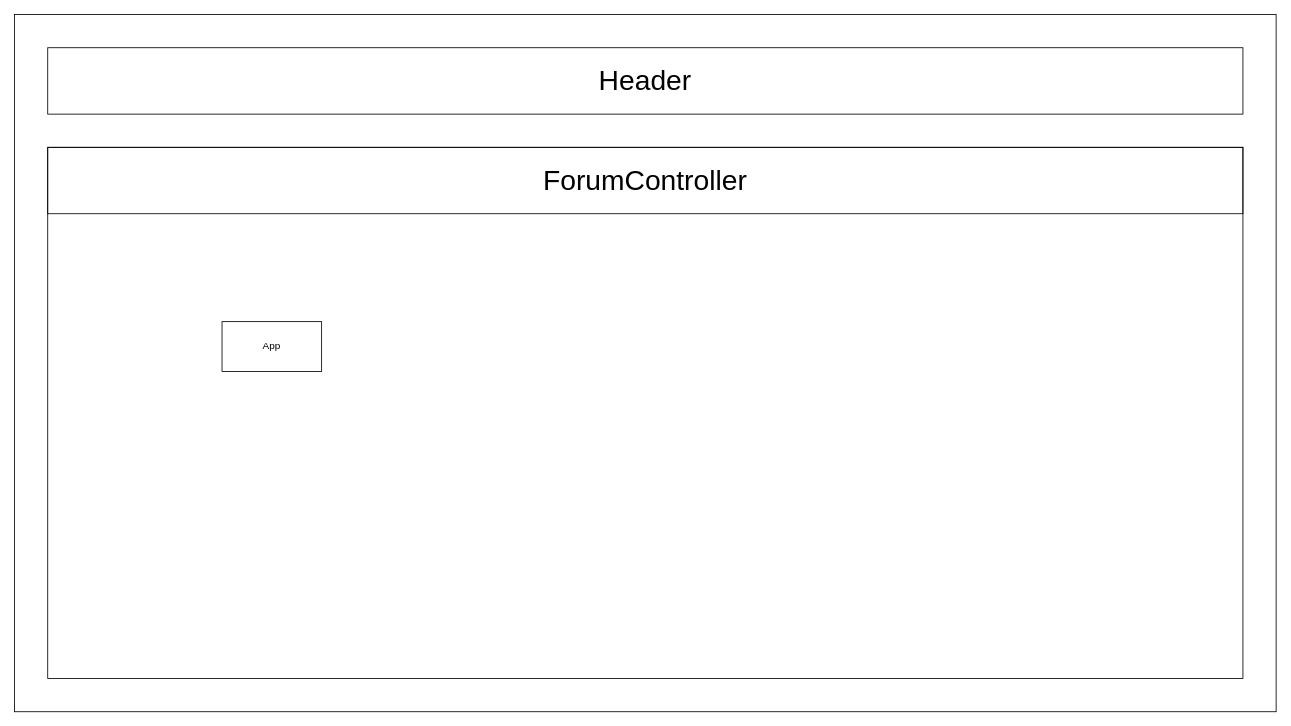
This is Untitled Diagram.drawio from phil-curran/phil-curran, a draw.io file, before an edit. Source tidied: cells renumbered, new cells numbered last; positions are measured from the earlier drawing's top-left corner, leaving out a move shared by most shapes. Both pictures are drawn from the tidied source at 83%, with x=0, y=0 at pixel (14, 14).
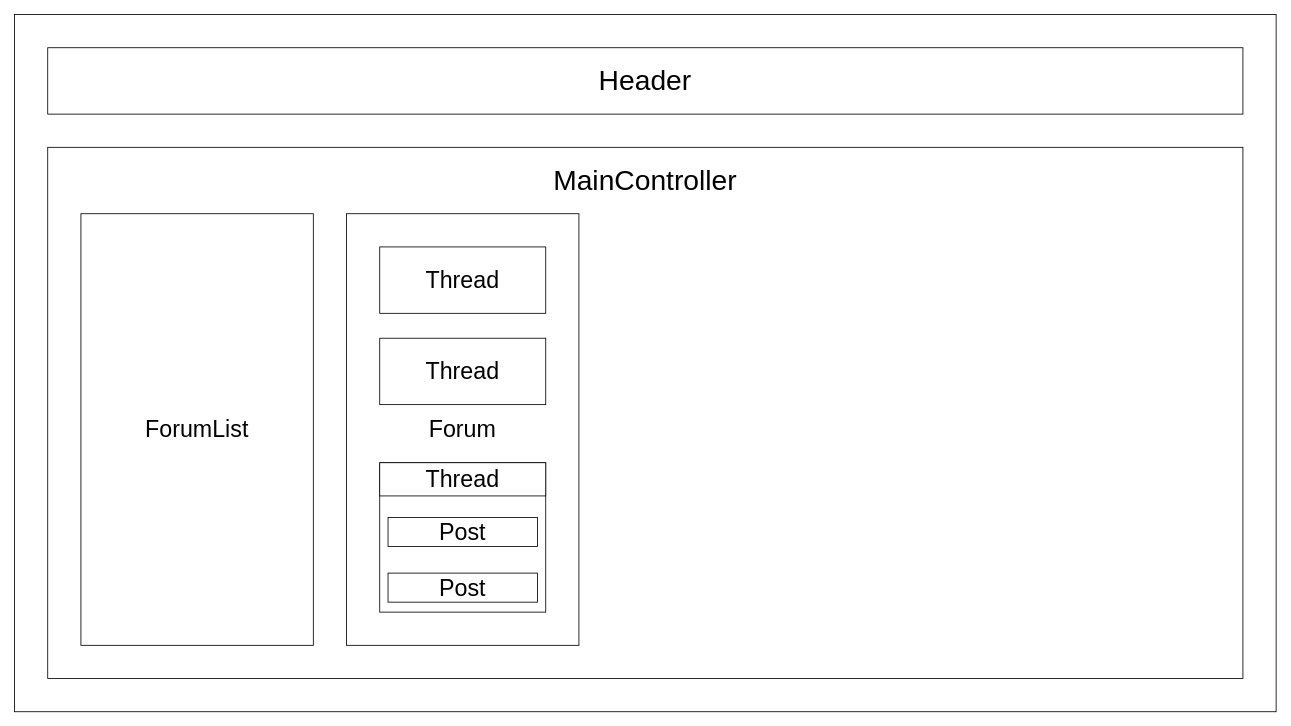
Above is the later version.

What changed in the source:
```diff
@@
 <mxGraphModel>
   <root>
     <mxCell id="0" />
     <mxCell id="1" parent="0" />
+    <mxCell id="6" value="&lt;font style=&quot;font-size: 34px;&quot;&gt;&lt;br&gt;&lt;/font&gt;" style="whiteSpace=wrap;html=1;fillColor=none;" parent="1" vertex="1">
+      <mxGeometry x="40" y="160" width="1440" height="640" as="geometry" />
+    </mxCell>
     <mxCell id="2" style="whiteSpace=wrap;html=1;fillColor=none;" parent="1" vertex="1">
       <mxGeometry width="1520" height="840" as="geometry" />
     </mxCell>
-    <mxCell id="3" value="App" style="rounded=0;whiteSpace=wrap;html=1;" parent="1" vertex="1">
-      <mxGeometry x="250" y="370" width="120" height="60" as="geometry" />
+    <mxCell id="3" value="ForumList" style="rounded=0;whiteSpace=wrap;html=1;fontSize=28;" parent="1" vertex="1">
+      <mxGeometry x="80" y="240" width="280" height="520" as="geometry" />
     </mxCell>
     <mxCell id="4" value="&lt;font style=&quot;font-size: 34px;&quot;&gt;Header&lt;/font&gt;" style="whiteSpace=wrap;html=1;fillColor=none;" parent="1" vertex="1">
       <mxGeometry x="40" y="40" width="1440" height="80" as="geometry" />
     </mxCell>
-    <mxCell id="5" value="&lt;font style=&quot;font-size: 34px;&quot;&gt;ForumController&lt;br&gt;&lt;/font&gt;" style="whiteSpace=wrap;html=1;fillColor=none;" parent="1" vertex="1">
+    <mxCell id="5" value="&lt;font style=&quot;font-size: 34px;&quot;&gt;MainController&lt;br&gt;&lt;/font&gt;" style="whiteSpace=wrap;html=1;fillColor=none;strokeColor=none;" parent="1" vertex="1">
       <mxGeometry x="40" y="160" width="1440" height="80" as="geometry" />
     </mxCell>
-    <mxCell id="6" value="&lt;font style=&quot;font-size: 34px;&quot;&gt;&lt;br&gt;&lt;/font&gt;" style="whiteSpace=wrap;html=1;fillColor=none;" parent="1" vertex="1">
-      <mxGeometry x="40" y="160" width="1440" height="640" as="geometry" />
-    </mxCell>
+    <mxCell id="7" value="Forum" style="rounded=0;whiteSpace=wrap;html=1;fontSize=28;fillColor=none;" parent="1" vertex="1">
+      <mxGeometry x="400" y="240" width="280" height="520" as="geometry" />
+    </mxCell>
+    <mxCell id="8" value="Thread" style="rounded=0;whiteSpace=wrap;html=1;fontSize=28;" parent="1" vertex="1">
+      <mxGeometry x="440" y="280" width="200" height="80" as="geometry" />
+    </mxCell>
+    <mxCell id="9" value="Thread" style="rounded=0;whiteSpace=wrap;html=1;fontSize=28;" parent="1" vertex="1">
+      <mxGeometry x="440" y="390" width="200" height="80" as="geometry" />
+    </mxCell>
+    <mxCell id="10" style="rounded=0;whiteSpace=wrap;html=1;fontSize=28;" parent="1" vertex="1">
+      <mxGeometry x="440" y="540" width="200" height="180" as="geometry" />
+    </mxCell>
+    <mxCell id="11" value="Post" style="rounded=0;whiteSpace=wrap;html=1;fontSize=28;" parent="1" vertex="1">
+      <mxGeometry x="450" y="606" width="180" height="35" as="geometry" />
+    </mxCell>
+    <mxCell id="12" value="Thread" style="rounded=0;whiteSpace=wrap;html=1;fontSize=28;" parent="1" vertex="1">
+      <mxGeometry x="440" y="540" width="200" height="40" as="geometry" />
+    </mxCell>
+    <mxCell id="13" value="Post" style="rounded=0;whiteSpace=wrap;html=1;fontSize=28;" parent="1" vertex="1">
+      <mxGeometry x="450" y="673" width="180" height="35" as="geometry" />
+    </mxCell>
   </root>
 </mxGraphModel>
```
